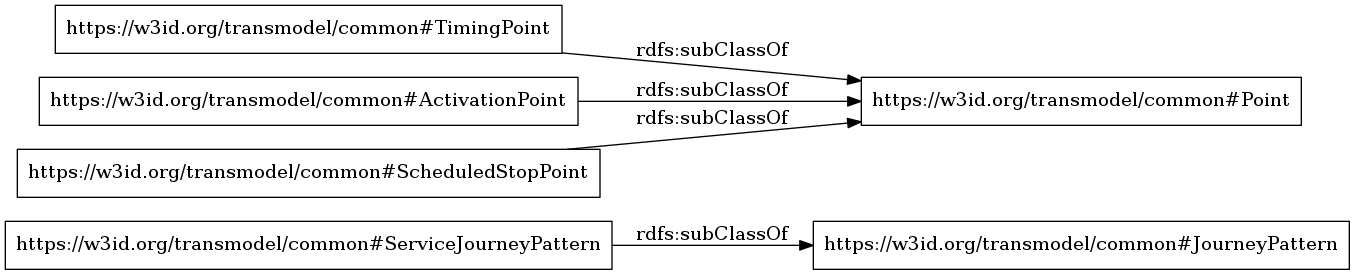
oeg-upm/transmodel-ontology keeps this Graphviz diagram as OnToology/ontology/tm-commons.owl/diagrams/ar2dtool-taxonomy/tm-commons.owl.png. Above is the earlier version. Its source is kept beside it as OnToology/ontology/tm-commons.owl/diagrams/ar2dtool-taxonomy/tm-commons.owl.png.dot.
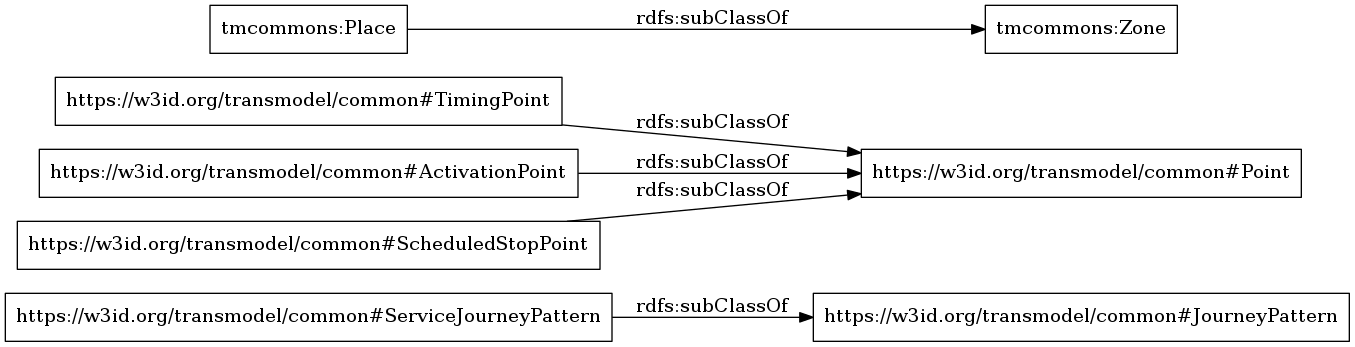
The same diagram one commit later.

Change to the diagram source:
```diff
@@ -1,10 +1,11 @@
 digraph ar2dtool_diagram {
 rankdir=LR;
 size="1000"
-node [shape = rectangle, color="black"]; "https://w3id.org/transmodel/common#ServiceJourneyPattern" "https://w3id.org/transmodel/common#Point" "https://w3id.org/transmodel/common#TimingPoint" "https://w3id.org/transmodel/common#JourneyPattern" "https://w3id.org/transmodel/common#ActivationPoint" "https://w3id.org/transmodel/common#ScheduledStopPoint" ; /*classes style*/
+node [shape = rectangle, color="black"]; "https://w3id.org/transmodel/common#ServiceJourneyPattern" "https://w3id.org/transmodel/common#Point" "tmcommons:Zone" "https://w3id.org/transmodel/common#TimingPoint" "https://w3id.org/transmodel/common#JourneyPattern" "tmcommons:Place" "https://w3id.org/transmodel/common#ActivationPoint" "https://w3id.org/transmodel/common#ScheduledStopPoint" ; /*classes style*/
+	"https://w3id.org/transmodel/common#TimingPoint" -> "https://w3id.org/transmodel/common#Point" [ label = "rdfs:subClassOf" ];
+	"tmcommons:Place" -> "tmcommons:Zone" [ label = "rdfs:subClassOf" ];
+	"https://w3id.org/transmodel/common#ServiceJourneyPattern" -> "https://w3id.org/transmodel/common#JourneyPattern" [ label = "rdfs:subClassOf" ];
+	"https://w3id.org/transmodel/common#ActivationPoint" -> "https://w3id.org/transmodel/common#Point" [ label = "rdfs:subClassOf" ];
 	"https://w3id.org/transmodel/common#ScheduledStopPoint" -> "https://w3id.org/transmodel/common#Point" [ label = "rdfs:subClassOf" ];
-	"https://w3id.org/transmodel/common#ActivationPoint" -> "https://w3id.org/transmodel/common#Point" [ label = "rdfs:subClassOf" ];
-	"https://w3id.org/transmodel/common#ServiceJourneyPattern" -> "https://w3id.org/transmodel/common#JourneyPattern" [ label = "rdfs:subClassOf" ];
-	"https://w3id.org/transmodel/common#TimingPoint" -> "https://w3id.org/transmodel/common#Point" [ label = "rdfs:subClassOf" ];
 
 }
```
